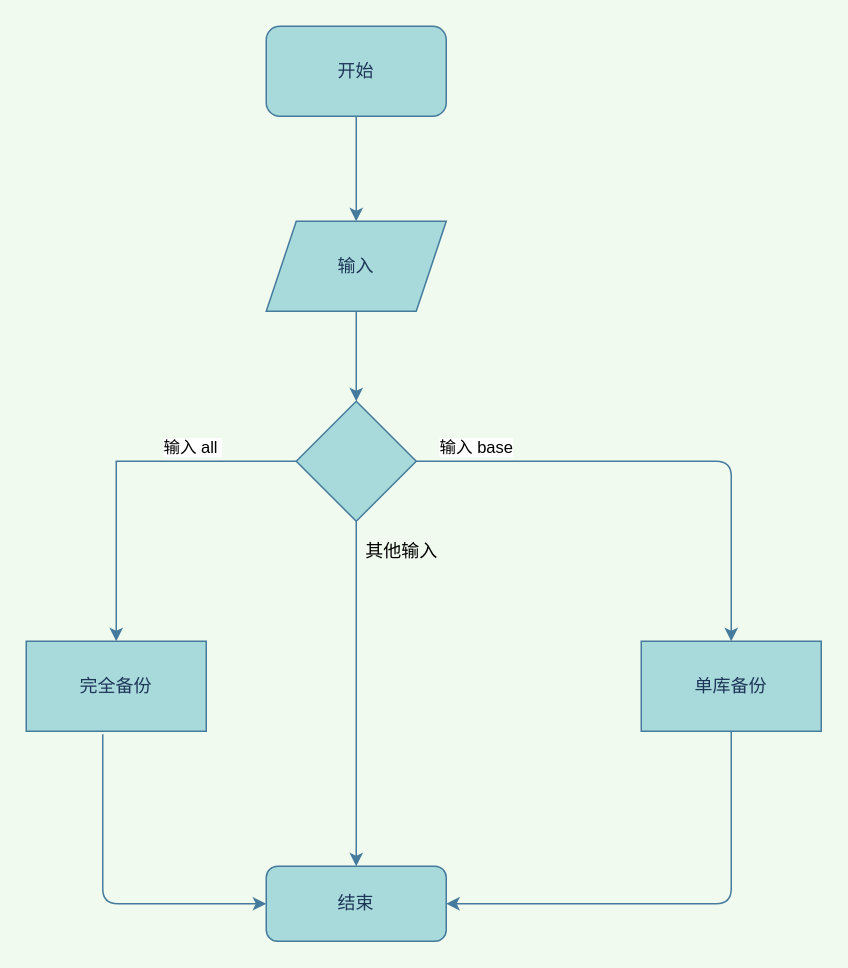
Earlier version of the draw.io diagram mysql-shell/mysqldump.drawio (bluefird/basic-mysql). Source tidied: cells renumbered, new cells numbered last; positions are measured from the earlier drawing's top-left corner, leaving out a move shared by most shapes. Both pictures are drawn from the tidied source at 150%, with x=0, y=0 at pixel (26, 26).
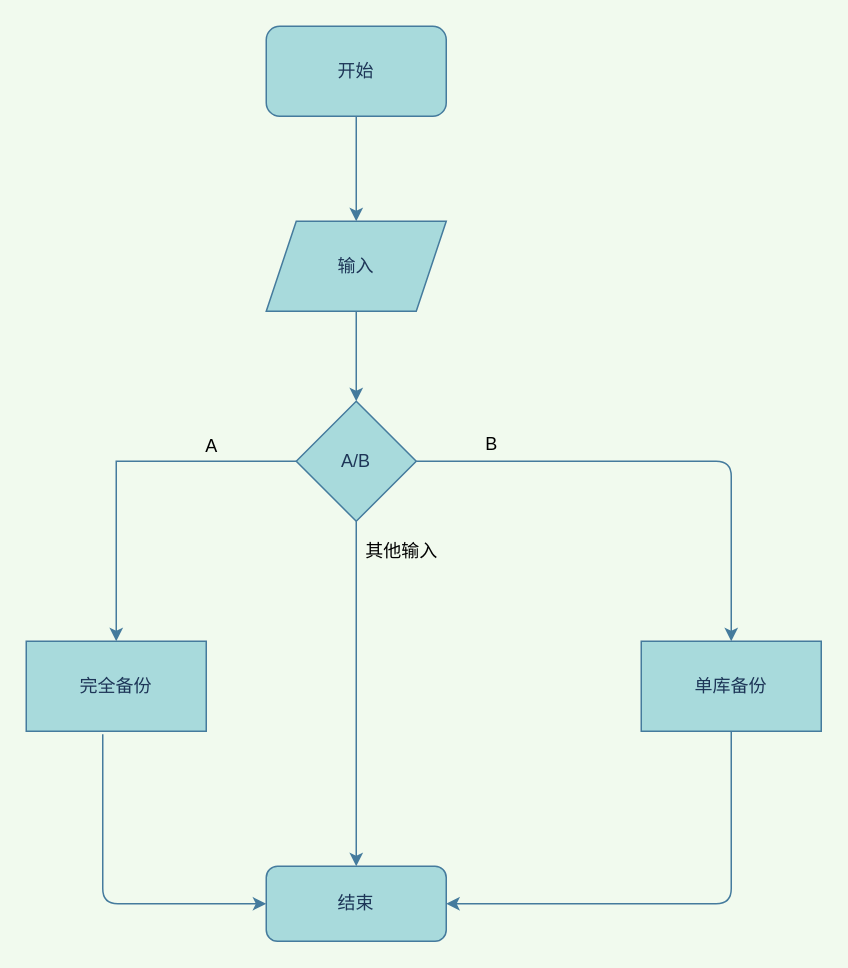
Above is the later version.

Commit message (it also covers changes not shown here):
修改流程图

Unchanged cells that the change refers to:
```xml
<mxCell id="6" style="edgeStyle=orthogonalEdgeStyle;curved=0;rounded=0;sketch=0;jettySize=auto;html=1;strokeColor=#457B9D;fillColor=#A8DADC;fontColor=#1D3557;" parent="1" edge="1" source="8" target="13">
  <mxGeometry relative="1" as="geometry" />
</mxCell>
<mxCell id="11" style="edgeStyle=elbowEdgeStyle;elbow=horizontal;endArrow=classic;html=1;exitX=1;exitY=0.5;exitDx=0;exitDy=0;labelBackgroundColor=#F1FAEE;strokeColor=#457B9D;fontColor=#1D3557;entryX=0.5;entryY=0;entryDx=0;entryDy=0;" parent="1" edge="1" source="8" target="10">
  <mxGeometry relative="1" as="geometry">
    <Array as="points">
      <mxPoint x="470" y="360" />
    </Array>
  </mxGeometry>
</mxCell>
```

Change to the diagram source:
```diff
@@
-    <mxCell id="7" value="输入 all&amp;nbsp;" style="edgeLabel;html=1;align=center;verticalAlign=middle;" parent="6" vertex="1">
-      <mxGeometry x="-0.4" y="-3" relative="1" as="geometry">
-        <mxPoint x="2" y="-7" as="offset" />
-      </mxGeometry>
-    </mxCell>
-    <mxCell id="8" style="rhombus;whiteSpace=wrap;html=1;fillColor=#A8DADC;strokeColor=#457B9D;fontColor=#1D3557;" parent="1" vertex="1">
+    <mxCell id="8" value="A/B" style="rhombus;whiteSpace=wrap;html=1;fillColor=#A8DADC;strokeColor=#457B9D;fontColor=#1D3557;" parent="1" vertex="1">
       <mxGeometry x="180" y="250" width="80" height="80" as="geometry" />
     </mxCell>
@@
-    <mxCell id="12" value="输入 base" style="edgeLabel;html=1;align=center;verticalAlign=middle;" parent="11" vertex="1">
-      <mxGeometry x="-0.83" y="2" relative="1" as="geometry">
-        <mxPoint x="11" y="-8" as="offset" />
-      </mxGeometry>
-    </mxCell>
@@
+    <mxCell id="18" value="&amp;nbsp;A&amp;nbsp;&amp;nbsp;" style="text;html=1;align=center;verticalAlign=middle;" parent="1" vertex="1">
+      <mxGeometry x="110" y="270" width="30" height="20" as="geometry" />
+    </mxCell>
+    <mxCell id="19" value="B" style="text;html=1;align=center;verticalAlign=middle;" parent="1" vertex="1">
+      <mxGeometry x="300" y="269" width="20" height="20" as="geometry" />
+    </mxCell>
```
